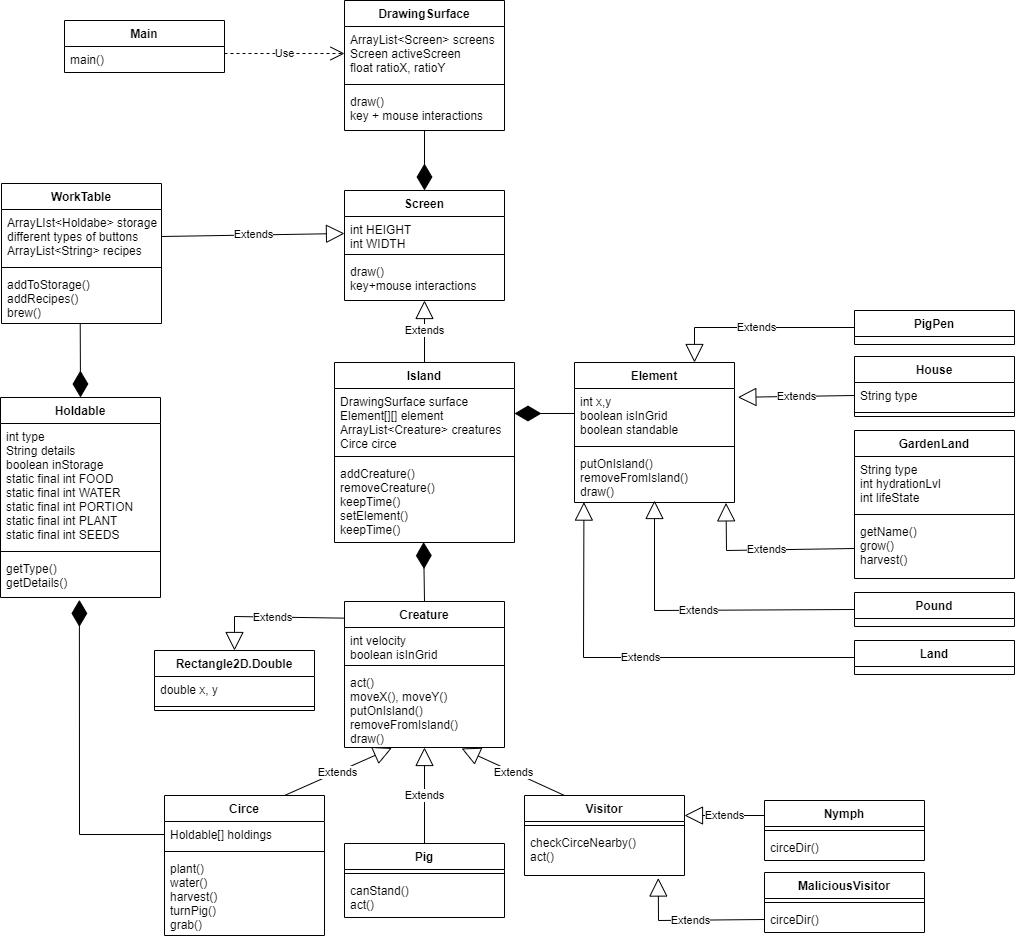
The draw.io diagram CapstoneProject/doc/UML.png in HHSAPCompSci2021/capstoneproject-capstone-emma-jiwoo-rittika-sarah, before a commit. Source tidied: cells renumbered, new cells last; positions are measured from the earlier drawing's top-left corner, leaving out a move shared by most shapes.
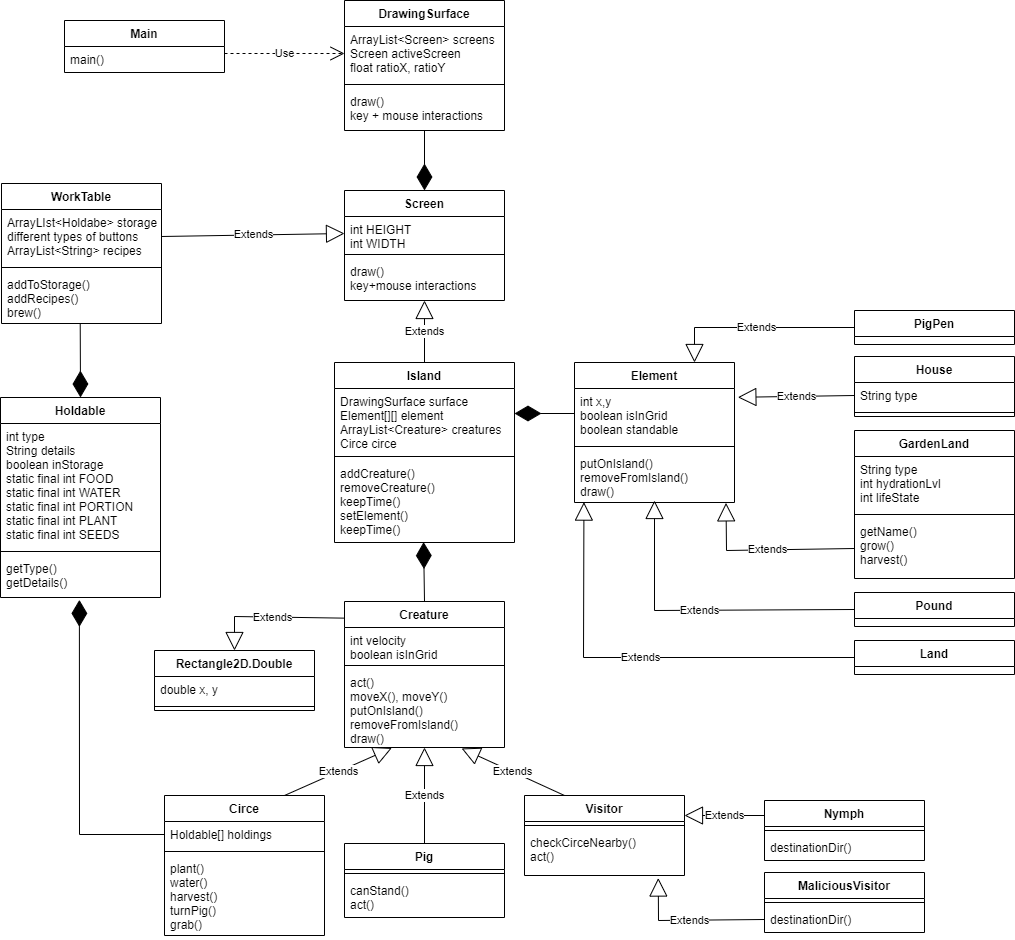
After the change.

Commit message:
nofill() added/ uml updated

The edit, as a diff of the source:
```diff
@@ -56,7 +56,7 @@
     <mxCell id="19" style="line;strokeWidth=1;fillColor=none;align=left;verticalAlign=middle;spacingTop=-1;spacingLeft=3;spacingRight=3;labelPosition=right;" parent="18" vertex="1">
       <mxGeometry y="26" width="160" height="8" as="geometry" />
     </mxCell>
-    <mxCell id="20" value="circeDir()" style="text;strokeColor=none;fillColor=none;align=left;verticalAlign=top;spacingLeft=4;spacingRight=4;overflow=hidden;" parent="18" vertex="1">
+    <mxCell id="20" value="destinationDir()" style="text;strokeColor=none;fillColor=none;align=left;verticalAlign=top;spacingLeft=4;spacingRight=4;overflow=hidden;" parent="18" vertex="1">
       <mxGeometry y="34" width="160" height="26" as="geometry" />
     </mxCell>
     <mxCell id="21" value="Pig" style="swimlane;fontStyle=1;align=center;verticalAlign=top;horizontal=1;startSize=26;" parent="1" vertex="1">
@@ -171,7 +171,7 @@
     <mxCell id="54" style="line;strokeWidth=1;fillColor=none;align=left;verticalAlign=middle;spacingTop=-1;spacingLeft=3;spacingRight=3;labelPosition=right;" parent="53" vertex="1">
       <mxGeometry y="26" width="160" height="8" as="geometry" />
     </mxCell>
-    <mxCell id="55" value="circeDir()" style="text;strokeColor=none;fillColor=none;align=left;verticalAlign=top;spacingLeft=4;spacingRight=4;overflow=hidden;points=[[0,0.5],[1,0.5]];portConstraint=eastwest;" parent="53" vertex="1">
+    <mxCell id="55" value="destinationDir()" style="text;strokeColor=none;fillColor=none;align=left;verticalAlign=top;spacingLeft=4;spacingRight=4;overflow=hidden;points=[[0,0.5],[1,0.5]];portConstraint=eastwest;" parent="53" vertex="1">
       <mxGeometry y="34" width="160" height="26" as="geometry" />
     </mxCell>
     <mxCell id="56" style="endArrow=diamondThin;endFill=1;endSize=24;html=1;rounded=0;exitX=0;exitY=0.5;exitDx=0;exitDy=0;" parent="1" edge="1">
```
